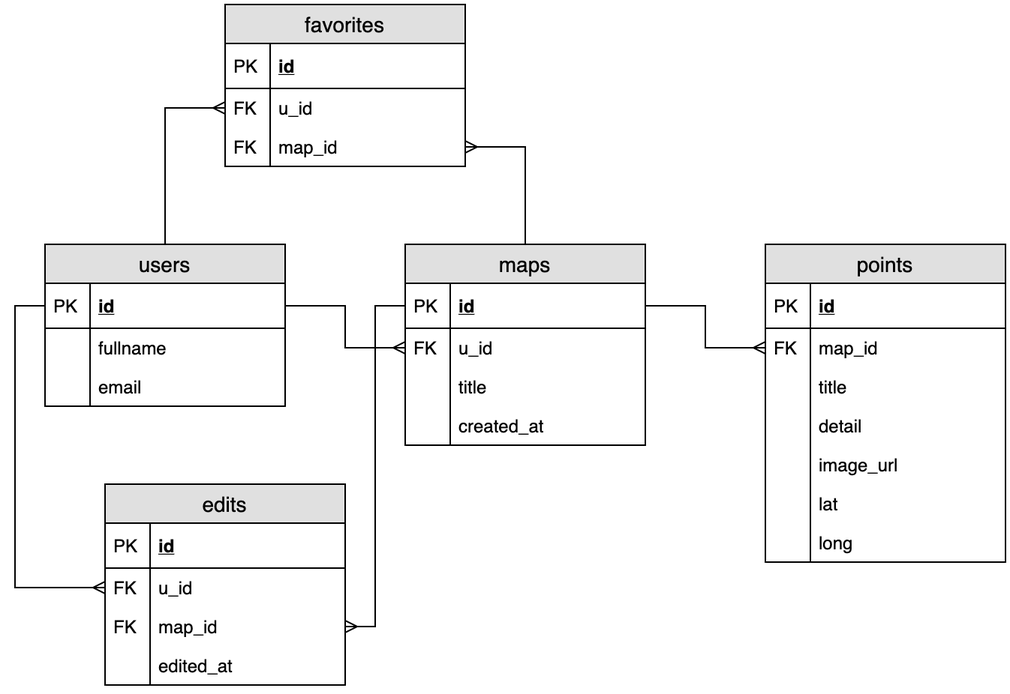
This is docs/wiki_maps_erd.png from eina/lhl-wiki-map, a draw.io export, as it was before one commit. Source tidied: cells renumbered, new cells last; positions are measured from the earlier drawing's top-left corner, leaving out a move shared by most shapes.
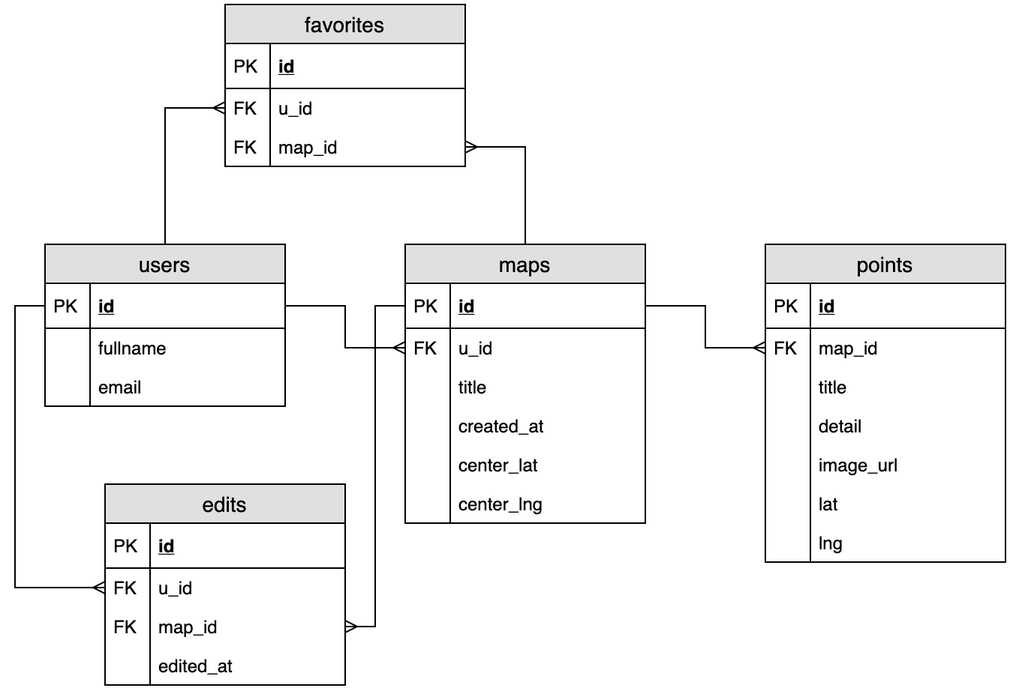
The same file after the commit.

Commit message:
Updated database to include lat and lng on maps. Also changed spelling of lat and lng.

Change to the diagram source:
```diff
@@ -30,7 +30,7 @@
       <mxGeometry relative="1" as="geometry" />
     </mxCell>
     <mxCell id="11" value="maps" style="swimlane;fontStyle=0;horizontal=1;startSize=26;fillColor=#e0e0e0;swimlaneFillColor=#ffffff;align=center;fontSize=14;" parent="1" vertex="1">
-      <mxGeometry x="240" y="160" width="160" height="134" as="geometry" />
+      <mxGeometry x="240" y="160" width="160" height="186" as="geometry" />
     </mxCell>
     <mxCell id="12" value="id" style="shape=partialRectangle;top=0;left=0;right=0;bottom=1;align=left;verticalAlign=middle;fillColor=none;spacingLeft=34;spacingRight=4;overflow=hidden;points=[[0,0.5],[1,0.5]];portConstraint=eastwest;fontStyle=5;fontSize=12;" parent="11" vertex="1">
       <mxGeometry y="26" width="160" height="30" as="geometry" />
@@ -56,6 +56,18 @@
     <mxCell id="19" style="shape=partialRectangle;top=0;left=0;bottom=0;fillColor=none;align=left;verticalAlign=top;spacingLeft=4;spacingRight=4;overflow=hidden;fontSize=12;" parent="18" vertex="1">
       <mxGeometry width="30" height="26" as="geometry" />
     </mxCell>
+    <mxCell id="55" value="center_lat" style="shape=partialRectangle;top=0;left=0;right=0;bottom=0;align=left;verticalAlign=top;fillColor=none;spacingLeft=34;spacingRight=4;overflow=hidden;fontSize=12;" parent="11" vertex="1">
+      <mxGeometry y="134" width="160" height="26" as="geometry" />
+    </mxCell>
+    <mxCell id="56" style="shape=partialRectangle;top=0;left=0;bottom=0;fillColor=none;align=left;verticalAlign=top;spacingLeft=4;spacingRight=4;overflow=hidden;fontSize=12;" parent="55" vertex="1">
+      <mxGeometry width="30" height="26" as="geometry" />
+    </mxCell>
+    <mxCell id="57" value="center_lng" style="shape=partialRectangle;top=0;left=0;right=0;bottom=0;align=left;verticalAlign=top;fillColor=none;spacingLeft=34;spacingRight=4;overflow=hidden;fontSize=12;" parent="11" vertex="1">
+      <mxGeometry y="160" width="160" height="26" as="geometry" />
+    </mxCell>
+    <mxCell id="58" style="shape=partialRectangle;top=0;left=0;bottom=0;fillColor=none;align=left;verticalAlign=top;spacingLeft=4;spacingRight=4;overflow=hidden;fontSize=12;" parent="57" vertex="1">
+      <mxGeometry width="30" height="26" as="geometry" />
+    </mxCell>
     <mxCell id="20" value="points" style="swimlane;fontStyle=0;horizontal=1;startSize=26;fillColor=#e0e0e0;swimlaneFillColor=#ffffff;align=center;fontSize=14;" parent="1" vertex="1">
       <mxGeometry x="480" y="160" width="160" height="212" as="geometry" />
     </mxCell>
@@ -95,7 +107,7 @@
     <mxCell id="32" style="shape=partialRectangle;top=0;left=0;bottom=0;fillColor=none;align=left;verticalAlign=top;spacingLeft=4;spacingRight=4;overflow=hidden;fontSize=12;" parent="31" vertex="1">
       <mxGeometry width="30" height="26" as="geometry" />
     </mxCell>
-    <mxCell id="33" value="long" style="shape=partialRectangle;top=0;left=0;right=0;bottom=0;align=left;verticalAlign=top;fillColor=none;spacingLeft=34;spacingRight=4;overflow=hidden;fontSize=12;" parent="20" vertex="1">
+    <mxCell id="33" value="lng" style="shape=partialRectangle;top=0;left=0;right=0;bottom=0;align=left;verticalAlign=top;fillColor=none;spacingLeft=34;spacingRight=4;overflow=hidden;fontSize=12;" parent="20" vertex="1">
       <mxGeometry y="186" width="160" height="26" as="geometry" />
     </mxCell>
     <mxCell id="34" style="shape=partialRectangle;top=0;left=0;bottom=0;fillColor=none;align=left;verticalAlign=top;spacingLeft=4;spacingRight=4;overflow=hidden;fontSize=12;" parent="33" vertex="1">
```
